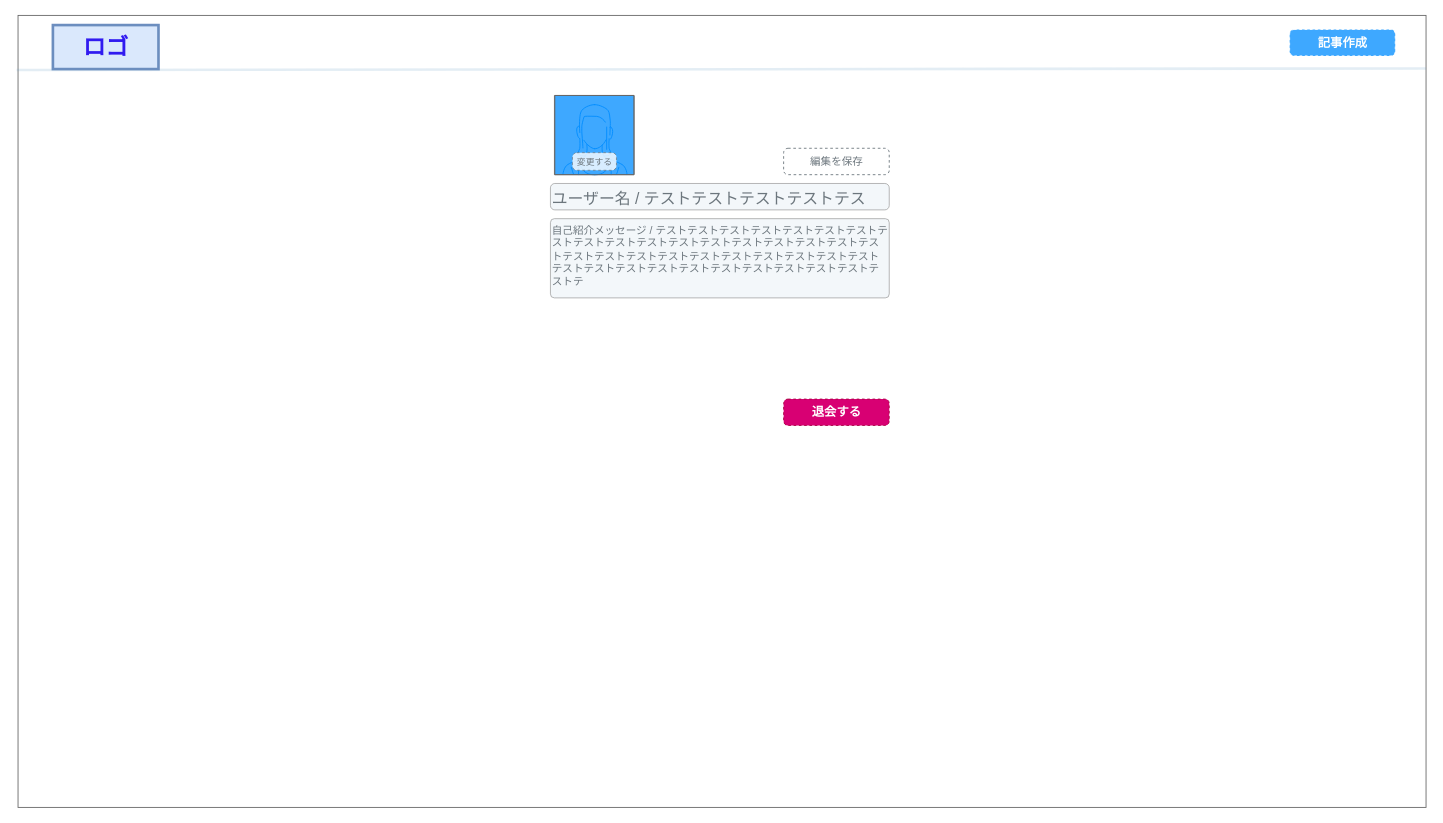
This is documents/ScreenDesigns/プロフィール編集画面.drawio from fjsho/codegym-team-development, a draw.io file, before an edit. Source tidied: cells renumbered, new cells numbered last; positions are measured from the earlier drawing's top-left corner, leaving out a move shared by most shapes. Both pictures are drawn from the tidied source at 88%, with x=0, y=0 at pixel (18, 15).
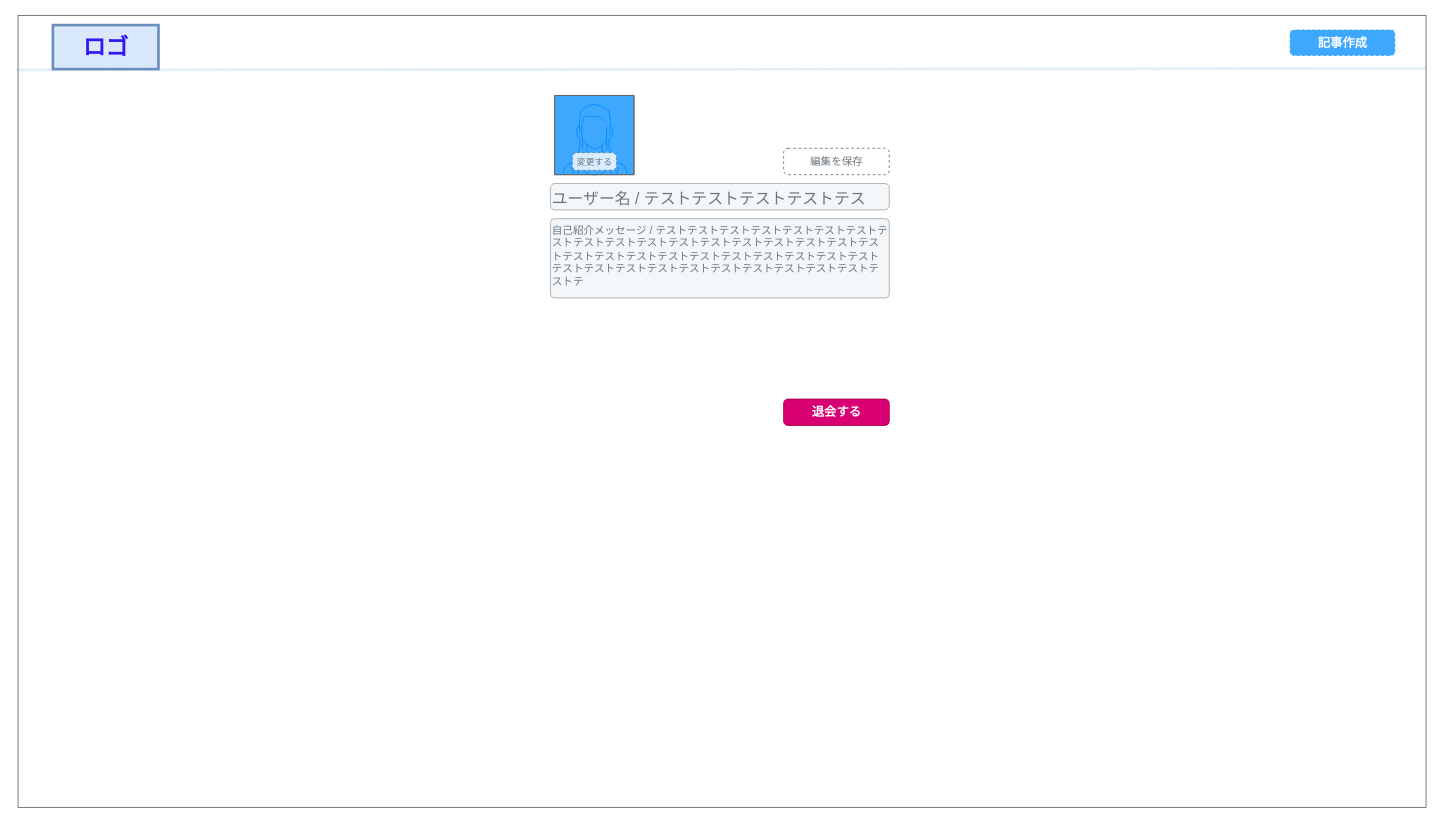
The same diagram, later.

Commit message:
[fix]退会ボタン微修正

What changed in the source:
```diff
@@
 <mxGraphModel>
   <root>
     <mxCell id="0" />
     <mxCell id="1" parent="0" />
     <mxCell id="2" value="&lt;div class=&quot;sessionsLayoutHeader_title&quot; style=&quot;box-sizing: inherit ; margin: 30px 0px ; letter-spacing: 1px ; font-size: 36px ; font-weight: 400 ; color: rgb(74 , 74 , 74) ; font-style: normal ; text-indent: 0px ; text-transform: none ; word-spacing: 0px ; background-color: rgb(255 , 255 , 255)&quot;&gt;&lt;br&gt;&lt;/div&gt;" style="html=1;shadow=0;dashed=0;fontSize=16;align=left;spacing=15;fillColor=#fff;fontColor=#333333;strokeColor=#666666;" parent="1" vertex="1">
       <mxGeometry width="1600" height="900" as="geometry" />
     </mxCell>
     <mxCell id="3" style="endArrow=none;html=1;strokeColor=#5c93bb2b;strokeWidth=3;entryX=1;entryY=0.067;entryDx=0;entryDy=0;entryPerimeter=0;exitX=-0.001;exitY=0.069;exitDx=0;exitDy=0;exitPerimeter=0;" parent="1" edge="1" source="2" target="2">
       <mxGeometry relative="1" as="geometry" />
     </mxCell>
     <mxCell id="4" value="ロゴ" style="rounded=0;whiteSpace=wrap;html=1;strokeWidth=3;fillColor=#dae8fc;strokeColor=#6c8ebf;fontStyle=1;fontSize=26;labelBackgroundColor=none;fontColor=#301AF0;" parent="1" vertex="1">
       <mxGeometry x="39.6" y="11" width="120" height="50" as="geometry" />
     </mxCell>
     <mxCell id="5" value="&lt;font style=&quot;font-size: 12px&quot;&gt;編集を保存&lt;/font&gt;" style="html=1;shadow=0;dashed=1;shape=mxgraph.bootstrap.rrect;rSize=5;fillColor=#fff;strokeColor=#6c767d;align=center;spacing=15;fontSize=14;fontColor=#6c767d;" parent="1" vertex="1">
       <mxGeometry x="870" y="151" width="120" height="30" as="geometry" />
     </mxCell>
     <mxCell id="6" style="verticalLabelPosition=bottom;shadow=0;dashed=0;align=center;html=1;verticalAlign=top;strokeWidth=1;shape=mxgraph.mockup.containers.userFemale;strokeColor=#666666;strokeColor2=#008cff;fontSize=12;fontColor=#FFFFFF;fillColor=#3EA8FF;" parent="1" vertex="1">
       <mxGeometry x="610" y="91" width="90" height="90" as="geometry" />
     </mxCell>
     <mxCell id="7" value="記事作成" style="html=1;shadow=0;dashed=1;shape=mxgraph.bootstrap.rrect;rSize=5;fillColor=#3EA8FF;strokeColor=#FFFFFF;align=center;spacing=15;fontSize=14;fontColor=#FFFFFF;fontStyle=1;" parent="1" vertex="1">
       <mxGeometry x="1445" y="16" width="120" height="30" as="geometry" />
     </mxCell>
     <mxCell id="8" value="&lt;font style=&quot;font-size: 10px;&quot;&gt;変更する&lt;/font&gt;" style="html=1;shadow=0;dashed=1;shape=mxgraph.bootstrap.rrect;rSize=5;fillColor=#fff;strokeColor=#6c767d;align=center;spacing=15;fontSize=10;fontColor=#6c767d;gradientColor=none;opacity=80;" parent="1" vertex="1">
       <mxGeometry x="630" y="156" width="50" height="20" as="geometry" />
     </mxCell>
     <mxCell id="9" value="&lt;span style=&quot;font-size: 18px&quot;&gt;&lt;font&gt;ユーザー名 / テストテストテストテストテス&lt;/font&gt;&lt;/span&gt;" style="html=1;shadow=0;dashed=0;shape=mxgraph.bootstrap.rrect;rSize=5;fillColor=#f1f5f9;strokeColor=#999999;align=left;spacing=2;fontSize=14;fontColor=#6C767D;rounded=0;opacity=80;spacingTop=5;" parent="1" vertex="1">
       <mxGeometry x="605" y="191" width="385" height="30" as="geometry" />
     </mxCell>
     <mxCell id="10" value="自己紹介メッセージ / テストテストテストテストテストテストテストテストテストテストテストテストテストテストテストテストテストテストテストテストテストテストテストテストテストテストテストテストテストテストテストテストテストテストテストテストテストテストテストテ" style="text;strokeColor=#999999;fillColor=#F1F5F9;align=left;verticalAlign=top;rounded=1;labelBackgroundColor=none;fontSize=12;fontColor=#6C767D;horizontal=1;whiteSpace=wrap;html=1;arcSize=5;opacity=80;" parent="1" vertex="1">
       <mxGeometry x="605" y="231" width="385" height="90" as="geometry" />
     </mxCell>
-    <mxCell id="11" value="退会する" style="html=1;shadow=0;dashed=1;shape=mxgraph.bootstrap.rrect;rSize=5;fillColor=#d80073;strokeColor=#A50040;align=center;spacing=15;fontSize=14;fontColor=#ffffff;fontStyle=1;" parent="1" vertex="1">
+    <mxCell id="11" value="退会する" style="html=1;shadow=0;shape=mxgraph.bootstrap.rrect;rSize=5;fillColor=#d80073;strokeColor=#A50040;align=center;spacing=15;fontSize=14;fontColor=#ffffff;fontStyle=1;" parent="1" vertex="1">
       <mxGeometry x="870" y="436" width="120" height="30" as="geometry" />
     </mxCell>
   </root>
 </mxGraphModel>
```
